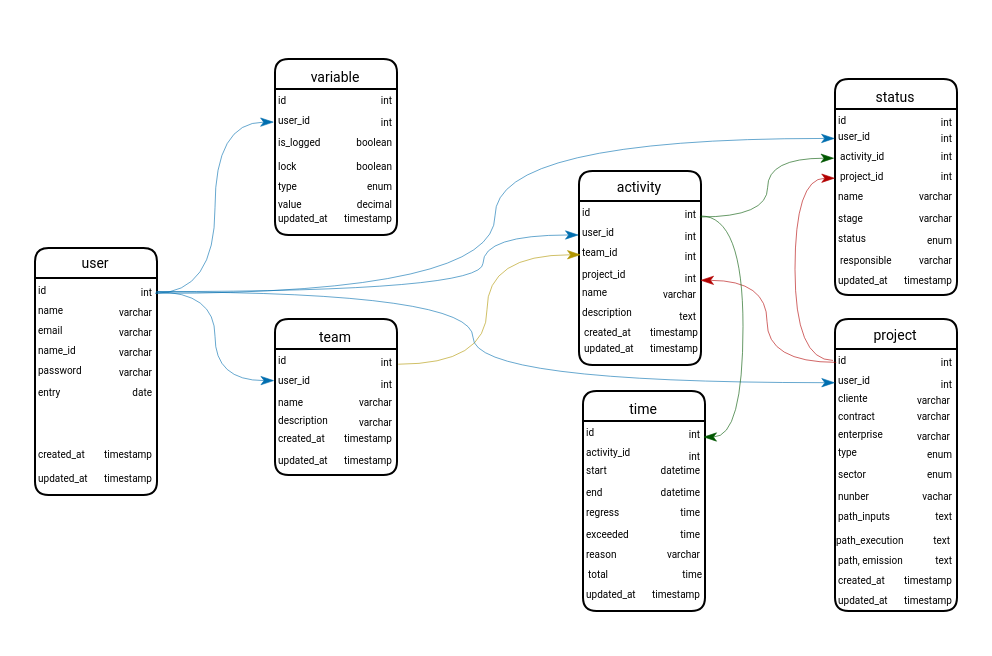
This is Banco Kairos.drawio from Avflux/drawio, a draw.io file, before an edit. Source tidied: cells renumbered, new cells numbered last; positions are measured from the earlier drawing's top-left corner, leaving out a move shared by most shapes. Both pictures are drawn from the tidied source at 200%, with x=0, y=0 at pixel (34, 58).
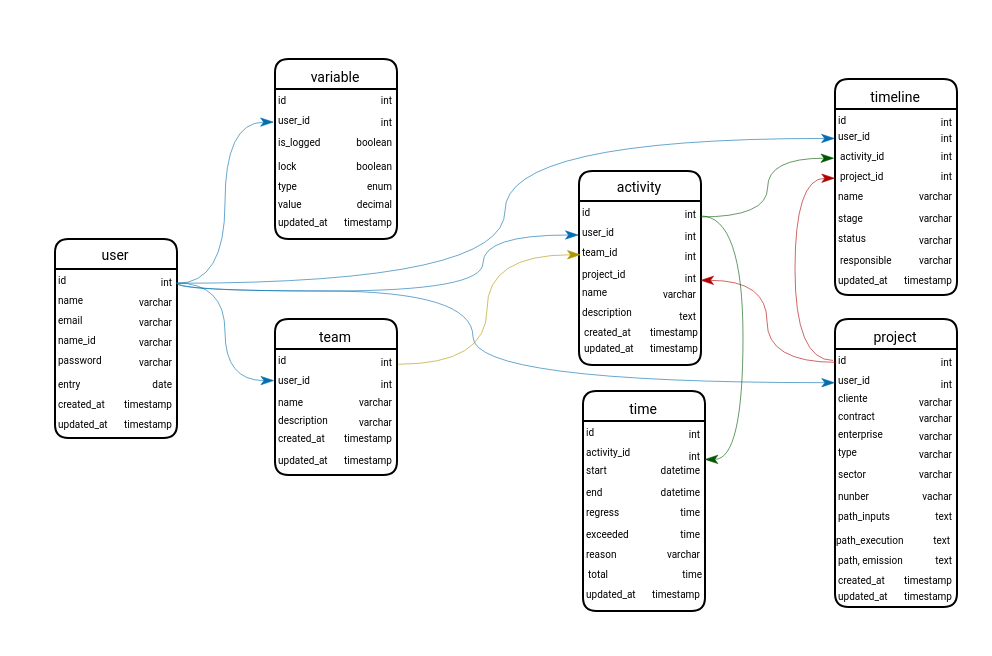
After the change.

Unchanged cells that the change refers to:
```xml
<mxCell id="14" value="&lt;font face=&quot;Roboto&quot;&gt;&lt;span style=&quot;font-size: 5px;&quot;&gt;int&lt;/span&gt;&lt;/font&gt;" style="text;html=1;align=right;verticalAlign=middle;points=[];strokeColor=none;fillColor=none;fontFamily=Architects Daughter;" parent="2" vertex="1">
  <mxGeometry x="40" y="5" width="20" height="30" as="geometry" />
</mxCell>
<mxCell id="42" value="&lt;font face=&quot;Roboto&quot;&gt;&lt;span style=&quot;font-size: 5px;&quot;&gt;int&lt;/span&gt;&lt;/font&gt;" style="text;html=1;align=right;verticalAlign=middle;points=[];strokeColor=none;fillColor=none;fontFamily=Architects Daughter;" parent="32" vertex="1">
  <mxGeometry x="40" y="5" width="20" height="30" as="geometry" />
</mxCell>
<mxCell id="54" value="&lt;font face=&quot;Roboto&quot; style=&quot;font-size: 5px;&quot;&gt;user_id&lt;/font&gt;" style="text;html=1;align=left;verticalAlign=middle;points=[];strokeColor=none;fillColor=none;fontFamily=Architects Daughter;" parent="52" vertex="1">
  <mxGeometry y="17" width="34" height="26" as="geometry" />
</mxCell>
<mxCell id="84" value="&lt;font face=&quot;Roboto&quot;&gt;&lt;span style=&quot;font-size: 5px;&quot;&gt;int&lt;/span&gt;&lt;/font&gt;" style="text;html=1;align=right;verticalAlign=middle;points=[];strokeColor=none;fillColor=none;fontFamily=Architects Daughter;" parent="81" vertex="1">
  <mxGeometry x="36" y="17" width="24" height="27" as="geometry" />
</mxCell>
<mxCell id="85" value="&lt;font face=&quot;Roboto&quot;&gt;&lt;span style=&quot;font-size: 5px;&quot;&gt;int&lt;/span&gt;&lt;/font&gt;" style="text;html=1;align=right;verticalAlign=middle;points=[];strokeColor=none;fillColor=none;fontFamily=Architects Daughter;" parent="81" vertex="1">
  <mxGeometry x="40" y="5" width="20" height="30" as="geometry" />
</mxCell>
<mxCell id="103" value="&lt;font face=&quot;Roboto&quot; style=&quot;font-size: 5px;&quot;&gt;user_id&lt;/font&gt;" style="text;html=1;align=left;verticalAlign=middle;points=[];strokeColor=none;fillColor=none;fontFamily=Architects Daughter;" parent="101" vertex="1">
  <mxGeometry y="15" width="33" height="26" as="geometry" />
</mxCell>
<mxCell id="125" value="&lt;font face=&quot;Roboto&quot; style=&quot;font-size: 5px;&quot;&gt;user_id&lt;/font&gt;" style="text;html=1;align=left;verticalAlign=middle;points=[];strokeColor=none;fillColor=none;fontFamily=Architects Daughter;" parent="123" vertex="1">
  <mxGeometry y="17" width="34" height="26" as="geometry" />
</mxCell>
```

What changed in the source:
```diff
@@
     <mxCell id="2" value="&lt;p&gt;&lt;font style=&quot;font-size: 7px;&quot; face=&quot;Roboto&quot;&gt;&lt;span style=&quot;font-weight: 400;&quot;&gt;user&lt;/span&gt;&lt;/font&gt;&lt;/p&gt;" style="swimlane;whiteSpace=wrap;html=1;hachureGap=4;fontFamily=Architects Daughter;fillColor=default;strokeColor=default;startSize=15;strokeWidth=1;swimlaneLine=1;glass=0;rounded=1;shadow=0;align=center;" parent="1" vertex="1">
-      <mxGeometry y="94.5" width="61" height="123.5" as="geometry" />
+      <mxGeometry x="10" y="90" width="61" height="99.5" as="geometry" />
     </mxCell>
@@
     <mxCell id="13" value="&lt;font face=&quot;Roboto&quot;&gt;&lt;span style=&quot;font-size: 5px;&quot;&gt;date&lt;/span&gt;&lt;/font&gt;" style="text;html=1;align=right;verticalAlign=middle;strokeColor=none;fillColor=none;fontFamily=Architects Daughter;" parent="2" vertex="1">
-      <mxGeometry x="30" y="55" width="30" height="30" as="geometry" />
+      <mxGeometry x="30" y="56" width="30" height="30" as="geometry" />
     </mxCell>
@@
     <mxCell id="15" value="&lt;font face=&quot;Roboto&quot;&gt;&lt;span style=&quot;font-size: 5px;&quot;&gt;created_at&lt;/span&gt;&lt;/font&gt;" style="text;html=1;align=left;verticalAlign=middle;strokeColor=none;fillColor=none;fontFamily=Architects Daughter;" parent="2" vertex="1">
-      <mxGeometry y="88" width="41" height="27" as="geometry" />
+      <mxGeometry y="67.5" width="41" height="27" as="geometry" />
     </mxCell>
     <mxCell id="16" value="&lt;font face=&quot;Roboto&quot;&gt;&lt;span style=&quot;font-size: 5px;&quot;&gt;timestamp&lt;/span&gt;&lt;/font&gt;" style="text;html=1;align=right;verticalAlign=middle;strokeColor=none;fillColor=none;fontFamily=Architects Daughter;" parent="2" vertex="1">
-      <mxGeometry x="18" y="88" width="42" height="27" as="geometry" />
+      <mxGeometry x="18" y="67.5" width="42" height="27" as="geometry" />
     </mxCell>
     <mxCell id="17" value="&lt;font face=&quot;Roboto&quot;&gt;&lt;span style=&quot;font-size: 5px;&quot;&gt;updated_at&lt;/span&gt;&lt;/font&gt;" style="text;html=1;align=left;verticalAlign=middle;strokeColor=none;fillColor=none;fontFamily=Architects Daughter;" parent="2" vertex="1">
-      <mxGeometry y="100" width="43" height="27" as="geometry" />
+      <mxGeometry y="77.5" width="43" height="27" as="geometry" />
     </mxCell>
     <mxCell id="18" value="&lt;font face=&quot;Roboto&quot;&gt;&lt;span style=&quot;font-size: 5px;&quot;&gt;timestamp&lt;/span&gt;&lt;/font&gt;" style="text;html=1;align=right;verticalAlign=middle;strokeColor=none;fillColor=none;fontFamily=Architects Daughter;" parent="2" vertex="1">
-      <mxGeometry x="18" y="100" width="42" height="27" as="geometry" />
+      <mxGeometry x="18" y="77.5" width="42" height="27" as="geometry" />
     </mxCell>
@@
-    <mxCell id="52" value="&lt;p&gt;&lt;font style=&quot;font-size: 7px;&quot; face=&quot;Roboto&quot;&gt;&lt;span style=&quot;font-weight: 400;&quot;&gt;project&lt;/span&gt;&lt;/font&gt;&lt;/p&gt;" style="swimlane;whiteSpace=wrap;html=1;hachureGap=4;fontFamily=Architects Daughter;fillColor=default;strokeColor=default;startSize=15;strokeWidth=1;swimlaneLine=1;glass=0;rounded=1;shadow=0;align=center;" parent="1" vertex="1">
-      <mxGeometry x="400" y="130" width="61" height="146" as="geometry" />
+    <mxCell id="52" value="&lt;p&gt;&lt;font face=&quot;Roboto&quot;&gt;&lt;span style=&quot;font-size: 7px; font-weight: 400;&quot;&gt;project&lt;/span&gt;&lt;/font&gt;&lt;/p&gt;" style="swimlane;whiteSpace=wrap;html=1;hachureGap=4;fontFamily=Architects Daughter;fillColor=default;strokeColor=default;startSize=15;strokeWidth=1;swimlaneLine=1;glass=0;rounded=1;shadow=0;align=center;" parent="1" vertex="1">
+      <mxGeometry x="400" y="130" width="61" height="144" as="geometry" />
     </mxCell>
@@
-    <mxCell id="57" value="&lt;font face=&quot;Roboto&quot;&gt;&lt;span style=&quot;font-size: 5px;&quot;&gt;enum&lt;/span&gt;&lt;/font&gt;" style="text;html=1;align=right;verticalAlign=middle;strokeColor=none;fillColor=none;fontFamily=Architects Daughter;" parent="52" vertex="1">
-      <mxGeometry x="29" y="52" width="31" height="27" as="geometry" />
+    <mxCell id="57" value="&lt;font face=&quot;Roboto&quot;&gt;&lt;span style=&quot;font-size: 5px;&quot;&gt;varchar&lt;/span&gt;&lt;/font&gt;" style="text;html=1;align=right;verticalAlign=middle;strokeColor=none;fillColor=none;fontFamily=Architects Daughter;" parent="52" vertex="1">
+      <mxGeometry x="26" y="52" width="34" height="28" as="geometry" />
     </mxCell>
@@
     <mxCell id="61" value="&lt;font face=&quot;Roboto&quot;&gt;&lt;span style=&quot;font-size: 5px;&quot;&gt;updated_at&lt;/span&gt;&lt;/font&gt;" style="text;html=1;align=left;verticalAlign=middle;strokeColor=none;fillColor=none;fontFamily=Architects Daughter;" parent="52" vertex="1">
-      <mxGeometry y="125" width="43" height="27" as="geometry" />
+      <mxGeometry y="123" width="43" height="27" as="geometry" />
     </mxCell>
     <mxCell id="62" value="&lt;font face=&quot;Roboto&quot;&gt;&lt;span style=&quot;font-size: 5px;&quot;&gt;timestamp&lt;/span&gt;&lt;/font&gt;" style="text;html=1;align=right;verticalAlign=middle;strokeColor=none;fillColor=none;fontFamily=Architects Daughter;" parent="52" vertex="1">
-      <mxGeometry x="18" y="125" width="42" height="27" as="geometry" />
+      <mxGeometry x="18" y="123" width="42" height="27" as="geometry" />
     </mxCell>
@@
-    <mxCell id="64" value="&lt;font face=&quot;Roboto&quot;&gt;&lt;span style=&quot;font-size: 5px;&quot;&gt;enum&lt;/span&gt;&lt;/font&gt;" style="text;html=1;align=right;verticalAlign=middle;strokeColor=none;fillColor=none;fontFamily=Architects Daughter;" parent="52" vertex="1">
-      <mxGeometry x="29" y="62" width="31" height="27" as="geometry" />
+    <mxCell id="64" value="&lt;font face=&quot;Roboto&quot;&gt;&lt;span style=&quot;font-size: 5px;&quot;&gt;varchar&lt;/span&gt;&lt;/font&gt;" style="text;html=1;align=right;verticalAlign=middle;strokeColor=none;fillColor=none;fontFamily=Architects Daughter;" parent="52" vertex="1">
+      <mxGeometry x="26" y="62" width="34" height="28" as="geometry" />
     </mxCell>
-    <mxCell id="65" value="&lt;font face=&quot;Roboto&quot;&gt;&lt;span style=&quot;font-size: 5px;&quot;&gt;varchar&lt;/span&gt;&lt;/font&gt;" style="text;html=1;align=right;verticalAlign=middle;strokeColor=none;fillColor=none;fontFamily=Architects Daughter;" parent="52" vertex="1">
-      <mxGeometry x="23.5" y="33" width="35" height="27" as="geometry" />
-    </mxCell>
-    <mxCell id="66" value="&lt;font face=&quot;Roboto&quot;&gt;&lt;span style=&quot;font-size: 5px;&quot;&gt;varchar&lt;/span&gt;&lt;/font&gt;" style="text;html=1;align=right;verticalAlign=middle;strokeColor=none;fillColor=none;fontFamily=Architects Daughter;" parent="52" vertex="1">
-      <mxGeometry x="23.5" y="25" width="35" height="27" as="geometry" />
-    </mxCell>
@@
+    <mxCell id="65" value="&lt;font face=&quot;Roboto&quot;&gt;&lt;span style=&quot;font-size: 5px;&quot;&gt;varchar&lt;/span&gt;&lt;/font&gt;" style="text;html=1;align=right;verticalAlign=middle;strokeColor=none;fillColor=none;fontFamily=Architects Daughter;" parent="52" vertex="1">
+      <mxGeometry x="25" y="26" width="35" height="27" as="geometry" />
+    </mxCell>
+    <mxCell id="66" value="&lt;font face=&quot;Roboto&quot;&gt;&lt;span style=&quot;font-size: 5px;&quot;&gt;varchar&lt;/span&gt;&lt;/font&gt;" style="text;html=1;align=right;verticalAlign=middle;strokeColor=none;fillColor=none;fontFamily=Architects Daughter;" parent="52" vertex="1">
+      <mxGeometry x="25" y="34" width="35" height="27" as="geometry" />
+    </mxCell>
     <mxCell id="78" value="&lt;font face=&quot;Roboto&quot;&gt;&lt;span style=&quot;font-size: 5px;&quot;&gt;varchar&lt;/span&gt;&lt;/font&gt;" style="text;html=1;align=right;verticalAlign=middle;strokeColor=none;fillColor=none;fontFamily=Architects Daughter;" parent="52" vertex="1">
-      <mxGeometry x="23.5" y="43" width="35" height="27" as="geometry" />
+      <mxGeometry x="24.5" y="43" width="35" height="27" as="geometry" />
     </mxCell>
-    <mxCell id="79" style="edgeStyle=orthogonalEdgeStyle;rounded=0;hachureGap=4;jettySize=auto;html=1;fontFamily=Architects Daughter;curved=1;endArrow=classicThin;endFill=1;strokeWidth=0.3;entryX=0;entryY=0.571;entryDx=0;entryDy=0;entryPerimeter=0;exitX=1.028;exitY=0.565;exitDx=0;exitDy=0;exitPerimeter=0;fillColor=#1ba1e2;strokeColor=#006EAF;" parent="1" edge="1" source="14" target="54">
+    <mxCell id="79" style="edgeStyle=orthogonalEdgeStyle;rounded=0;hachureGap=4;jettySize=auto;html=1;fontFamily=Architects Daughter;curved=1;endArrow=classicThin;endFill=1;strokeWidth=0.3;entryX=0;entryY=0.571;entryDx=0;entryDy=0;entryPerimeter=0;exitX=1.036;exitY=0.566;exitDx=0;exitDy=0;exitPerimeter=0;fillColor=#1ba1e2;strokeColor=#006EAF;" parent="1" edge="1" source="14" target="54">
       <mxGeometry relative="1" as="geometry">
         <Array as="points">
+          <mxPoint x="71" y="116" />
           <mxPoint x="219" y="116" />
           <mxPoint x="219" y="162" />
         </Array>
       </mxGeometry>
     </mxCell>
@@
-    <mxCell id="100" style="edgeStyle=orthogonalEdgeStyle;rounded=0;hachureGap=4;jettySize=auto;html=1;fontFamily=Architects Daughter;curved=1;endArrow=classicThin;endFill=1;strokeWidth=0.3;entryX=1.007;entryY=0.6;entryDx=0;entryDy=0;entryPerimeter=0;exitX=1.046;exitY=0.583;exitDx=0;exitDy=0;exitPerimeter=0;fillColor=#008a00;strokeColor=#005700;" parent="1" edge="1" source="42" target="85">
+    <mxCell id="100" style="edgeStyle=orthogonalEdgeStyle;rounded=0;hachureGap=4;jettySize=auto;html=1;fontFamily=Architects Daughter;curved=1;endArrow=classicThin;endFill=1;strokeWidth=0.3;entryX=1.033;entryY=0.637;entryDx=0;entryDy=0;entryPerimeter=0;exitX=1.046;exitY=0.583;exitDx=0;exitDy=0;exitPerimeter=0;fillColor=#008a00;strokeColor=#005700;" parent="1" edge="1" source="42" target="84">
       <mxGeometry relative="1" as="geometry" />
     </mxCell>
-    <mxCell id="101" value="&lt;p&gt;&lt;font face=&quot;Roboto&quot;&gt;&lt;span style=&quot;font-size: 7px; font-weight: 400;&quot;&gt;status&lt;/span&gt;&lt;/font&gt;&lt;/p&gt;" style="swimlane;whiteSpace=wrap;html=1;hachureGap=4;fontFamily=Architects Daughter;fillColor=default;strokeColor=default;startSize=15;strokeWidth=1;swimlaneLine=1;glass=0;rounded=1;shadow=0;align=center;" parent="1" vertex="1">
+    <mxCell id="101" value="&lt;p&gt;&lt;font face=&quot;Roboto&quot;&gt;&lt;span style=&quot;font-size: 7px; font-weight: 400;&quot;&gt;timeline&lt;/span&gt;&lt;/font&gt;&lt;/p&gt;" style="swimlane;whiteSpace=wrap;html=1;hachureGap=4;fontFamily=Architects Daughter;fillColor=default;strokeColor=default;startSize=15;strokeWidth=1;swimlaneLine=1;glass=0;rounded=1;shadow=0;align=center;" parent="1" vertex="1">
       <mxGeometry x="400" y="10" width="61" height="108" as="geometry" />
     </mxCell>
@@
-    <mxCell id="119" value="&lt;font face=&quot;Roboto&quot;&gt;&lt;span style=&quot;font-size: 5px;&quot;&gt;enum&lt;/span&gt;&lt;/font&gt;" style="text;html=1;align=right;verticalAlign=middle;strokeColor=none;fillColor=none;fontFamily=Architects Daughter;" parent="101" vertex="1">
-      <mxGeometry x="27.8" y="64.5" width="32" height="28" as="geometry" />
+    <mxCell id="119" value="&lt;font face=&quot;Roboto&quot;&gt;&lt;span style=&quot;font-size: 5px;&quot;&gt;varchar&lt;/span&gt;&lt;/font&gt;" style="text;html=1;align=right;verticalAlign=middle;strokeColor=none;fillColor=none;fontFamily=Architects Daughter;" parent="101" vertex="1">
+      <mxGeometry x="25.8" y="64.5" width="34" height="28" as="geometry" />
     </mxCell>
@@
-    <mxCell id="122" style="edgeStyle=orthogonalEdgeStyle;rounded=0;hachureGap=4;jettySize=auto;html=1;fontFamily=Architects Daughter;curved=1;endArrow=classicThin;endFill=1;strokeWidth=0.3;exitX=1.02;exitY=0.59;exitDx=0;exitDy=0;exitPerimeter=0;fillColor=#1ba1e2;strokeColor=#006EAF;entryX=-0.003;entryY=0.566;entryDx=0;entryDy=0;entryPerimeter=0;" parent="1" edge="1" source="14" target="103">
+    <mxCell id="122" style="edgeStyle=orthogonalEdgeStyle;rounded=0;hachureGap=4;jettySize=auto;html=1;fontFamily=Architects Daughter;curved=1;endArrow=classicThin;endFill=1;strokeWidth=0.3;exitX=1.044;exitY=0.571;exitDx=0;exitDy=0;exitPerimeter=0;fillColor=#1ba1e2;strokeColor=#006EAF;entryX=-0.003;entryY=0.566;entryDx=0;entryDy=0;entryPerimeter=0;" parent="1" edge="1" source="14" target="103">
       <mxGeometry relative="1" as="geometry" />
     </mxCell>
     <mxCell id="123" value="&lt;p&gt;&lt;font face=&quot;Roboto&quot;&gt;&lt;span style=&quot;font-size: 7px; font-weight: 400;&quot;&gt;variable&lt;/span&gt;&lt;/font&gt;&lt;/p&gt;" style="swimlane;whiteSpace=wrap;html=1;hachureGap=4;fontFamily=Architects Daughter;fillColor=default;strokeColor=default;startSize=15;strokeWidth=1;swimlaneLine=1;glass=0;rounded=1;shadow=0;align=center;" parent="1" vertex="1">
-      <mxGeometry x="120" width="61" height="88" as="geometry" />
+      <mxGeometry x="120" width="61" height="90" as="geometry" />
     </mxCell>
@@
+    <mxCell id="137" value="&lt;font face=&quot;Roboto&quot;&gt;&lt;span style=&quot;font-size: 5px;&quot;&gt;timestamp&lt;/span&gt;&lt;/font&gt;" style="text;html=1;align=right;verticalAlign=middle;strokeColor=none;fillColor=none;fontFamily=Architects Daughter;" parent="123" vertex="1">
+      <mxGeometry x="18" y="66" width="42" height="27" as="geometry" />
+    </mxCell>
     <mxCell id="136" value="&lt;font face=&quot;Roboto&quot;&gt;&lt;span style=&quot;font-size: 5px;&quot;&gt;updated_at&lt;/span&gt;&lt;/font&gt;" style="text;html=1;align=left;verticalAlign=middle;strokeColor=none;fillColor=none;fontFamily=Architects Daughter;" parent="123" vertex="1">
-      <mxGeometry y="64" width="43" height="27" as="geometry" />
+      <mxGeometry y="66" width="43" height="27" as="geometry" />
     </mxCell>
-    <mxCell id="137" value="&lt;font face=&quot;Roboto&quot;&gt;&lt;span style=&quot;font-size: 5px;&quot;&gt;timestamp&lt;/span&gt;&lt;/font&gt;" style="text;html=1;align=right;verticalAlign=middle;strokeColor=none;fillColor=none;fontFamily=Architects Daughter;" parent="123" vertex="1">
-      <mxGeometry x="18" y="64" width="42" height="27" as="geometry" />
-    </mxCell>
-    <mxCell id="138" style="edgeStyle=orthogonalEdgeStyle;rounded=0;hachureGap=4;jettySize=auto;html=1;fontFamily=Architects Daughter;curved=1;endArrow=classicThin;endFill=1;strokeWidth=0.3;entryX=-0.017;entryY=0.56;entryDx=0;entryDy=0;entryPerimeter=0;exitX=1;exitY=0.588;exitDx=0;exitDy=0;exitPerimeter=0;fillColor=#1ba1e2;strokeColor=#006EAF;" parent="1" edge="1" source="14" target="125">
+    <mxCell id="138" style="edgeStyle=orthogonalEdgeStyle;rounded=0;hachureGap=4;jettySize=auto;html=1;fontFamily=Architects Daughter;curved=1;endArrow=classicThin;endFill=1;strokeWidth=0.3;entryX=-0.017;entryY=0.56;entryDx=0;entryDy=0;entryPerimeter=0;exitX=1.044;exitY=0.573;exitDx=0;exitDy=0;exitPerimeter=0;fillColor=#1ba1e2;strokeColor=#006EAF;" parent="1" edge="1" source="14" target="125">
       <mxGeometry relative="1" as="geometry" />
     </mxCell>
```
